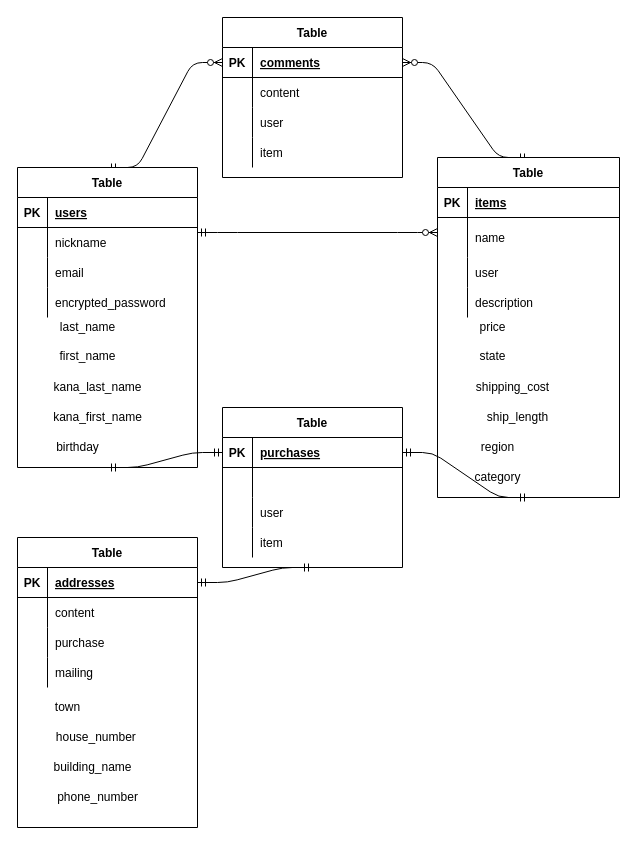
Above: test.drawio in Rick0317/furima-36668 (draw.io), before the change. Source tidied: cells renumbered, new cells numbered last; positions are measured from the earlier drawing's top-left corner, leaving out a move shared by most shapes. Both pictures are drawn from the tidied source at 100%, with x=0, y=0 at pixel (17, 17).
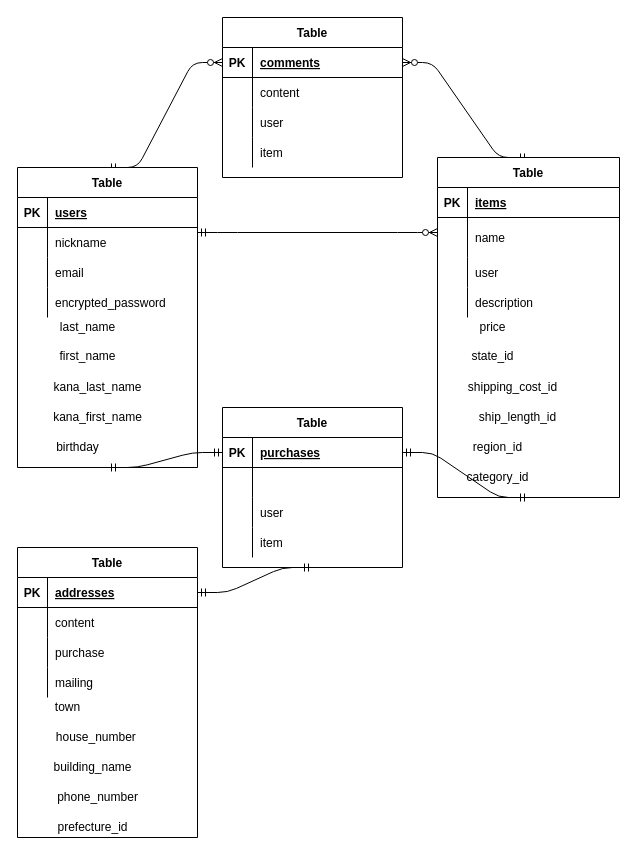
The same diagram, later.

Change to the diagram source:
```diff
@@
     <mxCell id="60" value="Table" style="shape=table;startSize=30;childLayout=tableLayout;rowLines=0;fontStyle=1;align=center;" parent="1" vertex="1">
-      <mxGeometry y="520" width="180" height="290" as="geometry" />
+      <mxGeometry y="530" width="180" height="290" as="geometry" />
     </mxCell>
@@
-    <mxCell id="83" value="state" style="text;html=1;align=center;verticalAlign=middle;fillColor=none;strokeColor=none;rounded=0;" parent="1" vertex="1">
-      <mxGeometry x="455" y="329" width="40" height="20" as="geometry" />
+    <mxCell id="83" value="state_id" style="text;html=1;align=center;verticalAlign=middle;fillColor=none;strokeColor=none;rounded=0;" parent="1" vertex="1">
+      <mxGeometry x="445" y="329" width="60" height="20" as="geometry" />
     </mxCell>
-    <mxCell id="84" value="shipping_cost" style="text;html=1;align=center;verticalAlign=middle;fillColor=none;strokeColor=none;rounded=0;" parent="1" vertex="1">
-      <mxGeometry x="450" y="360" width="90" height="20" as="geometry" />
+    <mxCell id="84" value="shipping_cost_id" style="text;html=1;align=center;verticalAlign=middle;fillColor=none;strokeColor=none;rounded=0;" parent="1" vertex="1">
+      <mxGeometry x="445" y="360" width="100" height="20" as="geometry" />
     </mxCell>
-    <mxCell id="85" value="ship_length" style="text;html=1;align=center;verticalAlign=middle;fillColor=none;strokeColor=none;rounded=0;" parent="1" vertex="1">
-      <mxGeometry x="460" y="390" width="80" height="20" as="geometry" />
+    <mxCell id="85" value="ship_length_id" style="text;html=1;align=center;verticalAlign=middle;fillColor=none;strokeColor=none;rounded=0;" parent="1" vertex="1">
+      <mxGeometry x="455" y="390" width="90" height="20" as="geometry" />
     </mxCell>
-    <mxCell id="86" value="region" style="text;html=1;align=center;verticalAlign=middle;strokeColor=none;" parent="1" vertex="1">
-      <mxGeometry x="455" y="420" width="50" height="20" as="geometry" />
+    <mxCell id="86" value="region_id" style="text;html=1;align=center;verticalAlign=middle;strokeColor=none;" parent="1" vertex="1">
+      <mxGeometry x="450" y="420" width="60" height="20" as="geometry" />
     </mxCell>
-    <mxCell id="87" value="category" style="text;html=1;align=center;verticalAlign=middle;strokeColor=none;" parent="1" vertex="1">
-      <mxGeometry x="450" y="450" width="60" height="20" as="geometry" />
+    <mxCell id="87" value="category_id" style="text;html=1;align=center;verticalAlign=middle;strokeColor=none;" parent="1" vertex="1">
+      <mxGeometry x="440" y="450" width="80" height="20" as="geometry" />
     </mxCell>
+    <mxCell id="88" value="prefecture_id" style="text;html=1;align=center;verticalAlign=middle;fillColor=none;strokeColor=none;rounded=0;" parent="1" vertex="1">
+      <mxGeometry x="30" y="800" width="90" height="20" as="geometry" />
+    </mxCell>
```
